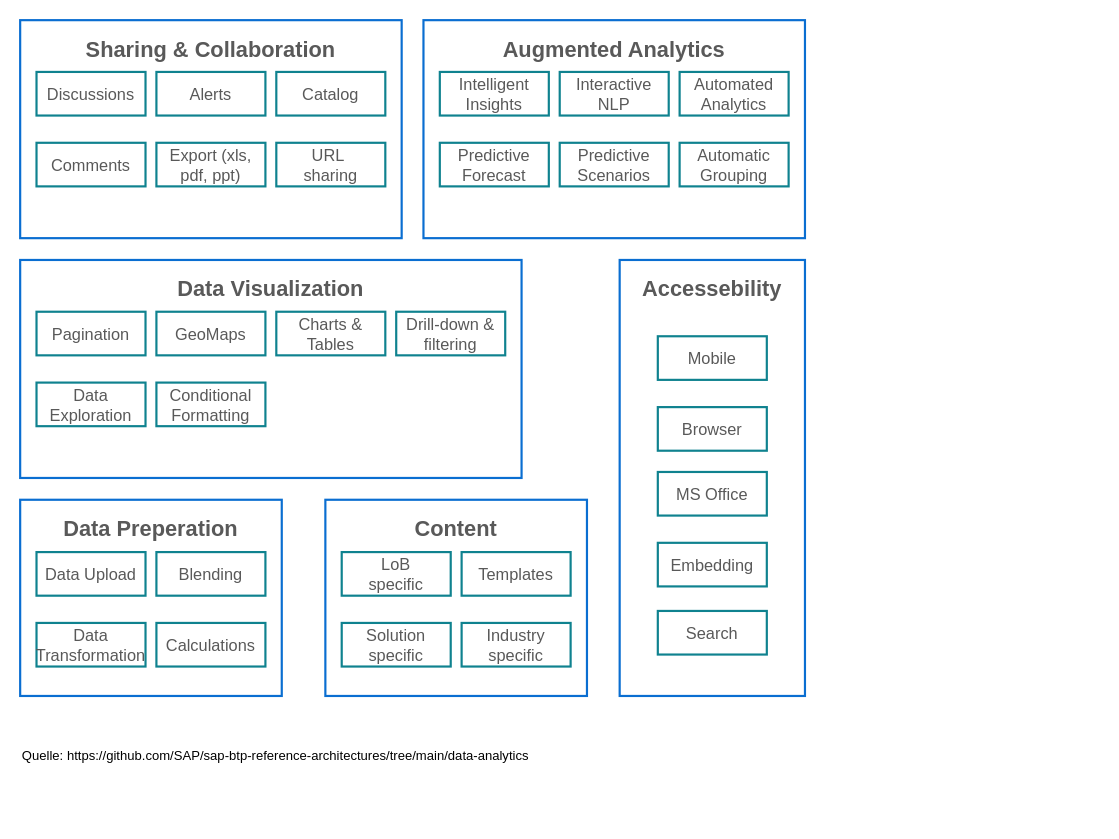
This is page "Reference Data Architecture" (1 of 6) of sap-btp-reference-architectures-data-analytics.drawio from beratungscontor/PCS-BW-Icons, a draw.io file, before an edit. Source tidied: cells renumbered, new cells numbered last; positions are measured from the earlier drawing's top-left corner, leaving out a move shared by most shapes. Both pictures are drawn from the tidied source at 109%, with x=0, y=0 at pixel (20, 20).
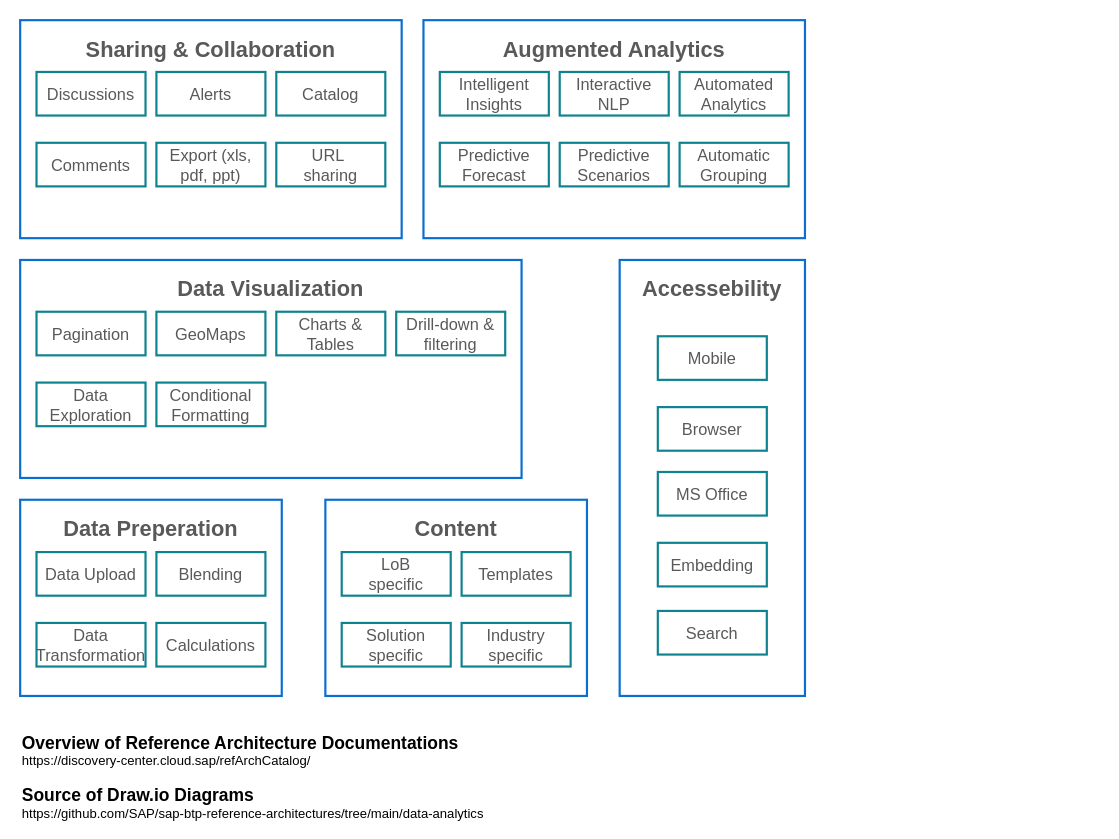
The same diagram, later.

What changed in the source:
```diff
@@
-    <mxCell id="77" value="Quelle:&amp;nbsp;https://github.com/SAP/sap-btp-reference-architectures/tree/main/data-analytics" style="text;html=1;strokeColor=none;fillColor=none;align=left;verticalAlign=middle;whiteSpace=wrap;rounded=0;" parent="1" vertex="1">
-      <mxGeometry y="660" width="590" height="30" as="geometry" />
+    <mxCell id="77" value="&lt;b style=&quot;font-size: 16px;&quot;&gt;Overview of Reference Architecture Documentations&lt;br&gt;&lt;/b&gt;https://discovery-center.cloud.sap/refArchCatalog/&lt;br&gt;&lt;br&gt;&lt;b style=&quot;font-size: 16px;&quot;&gt;Source of Draw.io Diagrams&lt;br&gt;&lt;/b&gt;https://github.com/SAP/sap-btp-reference-architectures/tree/main/data-analytics" style="text;html=1;strokeColor=none;fillColor=none;align=left;verticalAlign=middle;whiteSpace=wrap;rounded=0;" parent="1" vertex="1">
+      <mxGeometry y="679" width="590" height="30" as="geometry" />
     </mxCell>
```
